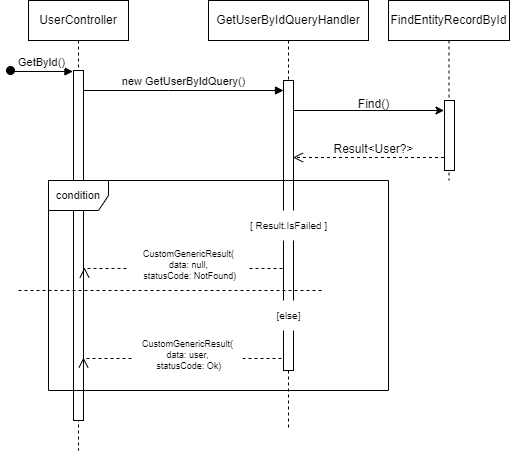
Before: Diagrams/sequenceDiagram_user_getById.png, a diagram exported from draw.io (MahdiChoobin-81/CleanArchitecture_ASP). Source tidied: cells renumbered, new cells last; positions are measured from the earlier drawing's top-left corner, leaving out a move shared by most shapes. Source of this version:
```xml
<mxGraphModel>
  <root>
    <mxCell id="0" />
    <mxCell id="1" parent="0" />
    <mxCell id="2" value="UserController" style="shape=umlLifeline;perimeter=lifelinePerimeter;whiteSpace=wrap;html=1;newEdgeStyle={&quot;edgeStyle&quot;:&quot;elbowEdgeStyle&quot;,&quot;elbow&quot;:&quot;vertical&quot;,&quot;curved&quot;:0,&quot;rounded&quot;:0};" parent="1" vertex="1">
      <mxGeometry x="18" width="100" height="450" as="geometry" />
    </mxCell>
    <mxCell id="3" value="GetById()" style="html=1;verticalAlign=bottom;startArrow=oval;endArrow=block;startSize=8;edgeStyle=elbowEdgeStyle;elbow=vertical;curved=0;rounded=0;entryX=-0.26;entryY=0.004;entryDx=0;entryDy=0;entryPerimeter=0;" parent="2" edge="1">
      <mxGeometry relative="1" as="geometry">
        <mxPoint x="-18" y="70" as="sourcePoint" />
        <mxPoint x="44.4" y="71.4" as="targetPoint" />
      </mxGeometry>
    </mxCell>
    <mxCell id="4" value="GetUserByIdQueryHandler" style="shape=umlLifeline;perimeter=lifelinePerimeter;whiteSpace=wrap;html=1;newEdgeStyle={&quot;edgeStyle&quot;:&quot;elbowEdgeStyle&quot;,&quot;elbow&quot;:&quot;vertical&quot;,&quot;curved&quot;:0,&quot;rounded&quot;:0};" parent="1" vertex="1">
      <mxGeometry x="198" width="160" height="430" as="geometry" />
    </mxCell>
    <mxCell id="5" style="html=1;points=[];perimeter=orthogonalPerimeter;outlineConnect=0;targetShapes=umlLifeline;portConstraint=eastwest;newEdgeStyle={&quot;edgeStyle&quot;:&quot;elbowEdgeStyle&quot;,&quot;elbow&quot;:&quot;vertical&quot;,&quot;curved&quot;:0,&quot;rounded&quot;:0};" parent="4" vertex="1">
      <mxGeometry x="75" y="80" width="10" height="290" as="geometry" />
    </mxCell>
    <mxCell id="6" value="new GetUserByIdQuery()" style="html=1;verticalAlign=bottom;endArrow=block;edgeStyle=elbowEdgeStyle;elbow=vertical;curved=0;rounded=0;" parent="1" edge="1" source="9" target="5">
      <mxGeometry relative="1" as="geometry">
        <Array as="points">
          <mxPoint x="158" y="90" />
        </Array>
      </mxGeometry>
    </mxCell>
    <mxCell id="7" value="FindEntityRecordById" style="shape=umlLifeline;perimeter=lifelinePerimeter;whiteSpace=wrap;html=1;newEdgeStyle={&quot;edgeStyle&quot;:&quot;elbowEdgeStyle&quot;,&quot;elbow&quot;:&quot;vertical&quot;,&quot;curved&quot;:0,&quot;rounded&quot;:0};" parent="1" vertex="1">
      <mxGeometry x="378" width="121" height="180" as="geometry" />
    </mxCell>
    <mxCell id="8" style="html=1;points=[];perimeter=orthogonalPerimeter;outlineConnect=0;targetShapes=umlLifeline;portConstraint=eastwest;newEdgeStyle={&quot;edgeStyle&quot;:&quot;elbowEdgeStyle&quot;,&quot;elbow&quot;:&quot;vertical&quot;,&quot;curved&quot;:0,&quot;rounded&quot;:0};" parent="7" vertex="1">
      <mxGeometry x="56" y="100" width="10" height="70" as="geometry" />
    </mxCell>
    <mxCell id="9" style="rounded=0;whiteSpace=wrap;html=1;" parent="1" vertex="1">
      <mxGeometry x="63" y="70" width="10" height="350" as="geometry" />
    </mxCell>
    <mxCell id="10" value="Result&amp;lt;User?&amp;gt;" style="text;html=1;strokeColor=none;fillColor=none;align=center;verticalAlign=middle;whiteSpace=wrap;rounded=0;" parent="1" vertex="1">
      <mxGeometry x="320.5" y="134" width="85" height="30" as="geometry" />
    </mxCell>
    <mxCell id="11" value="Find()" style="text;html=1;align=center;verticalAlign=middle;strokeColor=none;fillColor=none;" parent="1" vertex="1">
      <mxGeometry x="338" y="89" width="50" height="30" as="geometry" />
    </mxCell>
    <mxCell id="12" style="endArrow=classic;html=1;rounded=0;" parent="1" edge="1">
      <mxGeometry relative="1" as="geometry">
        <mxPoint x="282.5" y="110" as="sourcePoint" />
        <mxPoint x="433.5" y="110" as="targetPoint" />
      </mxGeometry>
    </mxCell>
    <mxCell id="13" style="html=1;verticalAlign=bottom;endArrow=open;dashed=1;endSize=8;edgeStyle=elbowEdgeStyle;elbow=vertical;curved=0;rounded=0;" parent="1" edge="1">
      <mxGeometry x="0.01" relative="1" as="geometry">
        <mxPoint x="433.5" y="157" as="sourcePoint" />
        <mxPoint x="282.5" y="157" as="targetPoint" />
      </mxGeometry>
    </mxCell>
    <mxCell id="14" style="html=1;verticalAlign=bottom;endArrow=block;edgeStyle=elbowEdgeStyle;elbow=vertical;curved=0;rounded=0;" parent="1" edge="1" target="9">
      <mxGeometry relative="1" as="geometry">
        <mxPoint x="73" y="90" as="sourcePoint" />
      </mxGeometry>
    </mxCell>
    <mxCell id="15" value="&lt;font style=&quot;font-size: 11px;&quot;&gt;condition&lt;/font&gt;" style="shape=umlFrame;whiteSpace=wrap;html=1;direction=east;" parent="1" vertex="1">
      <mxGeometry x="38" y="180" width="340" height="210" as="geometry" />
    </mxCell>
    <mxCell id="16" value="[ Result.IsFailed ]" style="text;html=1;align=center;verticalAlign=middle;strokeColor=none;fillColor=default;fontSize=10;" parent="1" vertex="1">
      <mxGeometry x="228" y="210" width="100" height="30" as="geometry" />
    </mxCell>
    <mxCell id="17" style="html=1;verticalAlign=bottom;endArrow=open;dashed=1;endSize=8;edgeStyle=elbowEdgeStyle;elbow=vertical;curved=0;rounded=0;entryX=1.143;entryY=0.533;entryDx=0;entryDy=0;entryPerimeter=0;" parent="1" edge="1">
      <mxGeometry x="0.01" relative="1" as="geometry">
        <mxPoint x="272" y="268" as="sourcePoint" />
        <mxPoint x="74" y="267" as="targetPoint" />
      </mxGeometry>
    </mxCell>
    <mxCell id="18" value="&lt;font style=&quot;font-size: 9px;&quot;&gt;CustomGenericResult(&lt;br style=&quot;font-size: 9px;&quot;&gt;data: null,&lt;br style=&quot;font-size: 9px;&quot;&gt;&amp;nbsp;statusCode: NotFound)&lt;/font&gt;" style="text;html=1;align=center;verticalAlign=middle;strokeColor=none;fillColor=default;fontSize=9;" parent="1" vertex="1">
      <mxGeometry x="118" y="240" width="120" height="50" as="geometry" />
    </mxCell>
    <mxCell id="19" style="endArrow=none;dashed=1;html=1;rounded=0;" parent="1" edge="1">
      <mxGeometry relative="1" as="geometry">
        <mxPoint x="8" y="290" as="sourcePoint" />
        <mxPoint x="311" y="290" as="targetPoint" />
      </mxGeometry>
    </mxCell>
    <mxCell id="20" value="[else]" style="text;html=1;align=center;verticalAlign=middle;strokeColor=none;fillColor=default;fontSize=10;imageWidth=24;arcSize=12;strokeOpacity=100;" parent="1" vertex="1">
      <mxGeometry x="253" y="300" width="50" height="30" as="geometry" />
    </mxCell>
    <mxCell id="21" style="html=1;verticalAlign=bottom;endArrow=open;dashed=1;endSize=8;edgeStyle=elbowEdgeStyle;elbow=vertical;curved=0;rounded=0;entryX=1.143;entryY=0.533;entryDx=0;entryDy=0;entryPerimeter=0;" parent="1" edge="1">
      <mxGeometry x="0.01" relative="1" as="geometry">
        <mxPoint x="271" y="358" as="sourcePoint" />
        <mxPoint x="73" y="357" as="targetPoint" />
      </mxGeometry>
    </mxCell>
    <mxCell id="22" value="&lt;font style=&quot;font-size: 9px;&quot;&gt;CustomGenericResult(&lt;br style=&quot;font-size: 9px;&quot;&gt;data: user,&lt;br style=&quot;font-size: 9px;&quot;&gt;&amp;nbsp;statusCode: Ok)&lt;/font&gt;" style="text;html=1;align=center;verticalAlign=middle;strokeColor=none;fillColor=default;fontSize=9;" parent="1" vertex="1">
      <mxGeometry x="122" y="330" width="110" height="50" as="geometry" />
    </mxCell>
  </root>
</mxGraphModel>
```
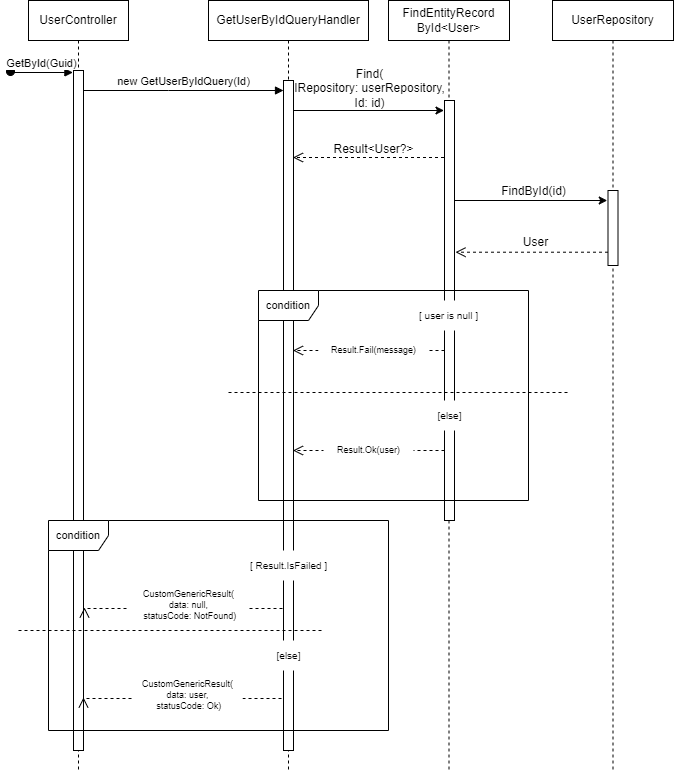
Later version of the same file.

The edit, as a diff of the source:
```diff
@@ -3,41 +3,41 @@
     <mxCell id="0" />
     <mxCell id="1" parent="0" />
     <mxCell id="2" value="UserController" style="shape=umlLifeline;perimeter=lifelinePerimeter;whiteSpace=wrap;html=1;newEdgeStyle={&quot;edgeStyle&quot;:&quot;elbowEdgeStyle&quot;,&quot;elbow&quot;:&quot;vertical&quot;,&quot;curved&quot;:0,&quot;rounded&quot;:0};" parent="1" vertex="1">
-      <mxGeometry x="18" width="100" height="450" as="geometry" />
+      <mxGeometry x="18" width="100" height="770" as="geometry" />
     </mxCell>
-    <mxCell id="3" value="GetById()" style="html=1;verticalAlign=bottom;startArrow=oval;endArrow=block;startSize=8;edgeStyle=elbowEdgeStyle;elbow=vertical;curved=0;rounded=0;entryX=-0.26;entryY=0.004;entryDx=0;entryDy=0;entryPerimeter=0;" parent="2" edge="1">
+    <mxCell id="3" value="GetById(Guid)" style="html=1;verticalAlign=bottom;startArrow=oval;endArrow=block;startSize=8;edgeStyle=elbowEdgeStyle;elbow=vertical;curved=0;rounded=0;entryX=-0.26;entryY=0.004;entryDx=0;entryDy=0;entryPerimeter=0;" parent="2" edge="1">
       <mxGeometry relative="1" as="geometry">
-        <mxPoint x="-18" y="70" as="sourcePoint" />
-        <mxPoint x="44.4" y="71.4" as="targetPoint" />
+        <mxPoint x="-18" y="71" as="sourcePoint" />
+        <mxPoint x="44.4" y="72.4" as="targetPoint" />
       </mxGeometry>
     </mxCell>
     <mxCell id="4" value="GetUserByIdQueryHandler" style="shape=umlLifeline;perimeter=lifelinePerimeter;whiteSpace=wrap;html=1;newEdgeStyle={&quot;edgeStyle&quot;:&quot;elbowEdgeStyle&quot;,&quot;elbow&quot;:&quot;vertical&quot;,&quot;curved&quot;:0,&quot;rounded&quot;:0};" parent="1" vertex="1">
-      <mxGeometry x="198" width="160" height="430" as="geometry" />
+      <mxGeometry x="198" width="160" height="770" as="geometry" />
     </mxCell>
     <mxCell id="5" style="html=1;points=[];perimeter=orthogonalPerimeter;outlineConnect=0;targetShapes=umlLifeline;portConstraint=eastwest;newEdgeStyle={&quot;edgeStyle&quot;:&quot;elbowEdgeStyle&quot;,&quot;elbow&quot;:&quot;vertical&quot;,&quot;curved&quot;:0,&quot;rounded&quot;:0};" parent="4" vertex="1">
-      <mxGeometry x="75" y="80" width="10" height="290" as="geometry" />
+      <mxGeometry x="75" y="80" width="10" height="670" as="geometry" />
     </mxCell>
-    <mxCell id="6" value="new GetUserByIdQuery()" style="html=1;verticalAlign=bottom;endArrow=block;edgeStyle=elbowEdgeStyle;elbow=vertical;curved=0;rounded=0;" parent="1" edge="1" source="9" target="5">
+    <mxCell id="6" value="new GetUserByIdQuery(Id)" style="html=1;verticalAlign=bottom;endArrow=block;edgeStyle=elbowEdgeStyle;elbow=vertical;curved=0;rounded=0;" parent="1" edge="1" source="9" target="5">
       <mxGeometry relative="1" as="geometry">
         <Array as="points">
           <mxPoint x="158" y="90" />
         </Array>
       </mxGeometry>
     </mxCell>
-    <mxCell id="7" value="FindEntityRecordById" style="shape=umlLifeline;perimeter=lifelinePerimeter;whiteSpace=wrap;html=1;newEdgeStyle={&quot;edgeStyle&quot;:&quot;elbowEdgeStyle&quot;,&quot;elbow&quot;:&quot;vertical&quot;,&quot;curved&quot;:0,&quot;rounded&quot;:0};" parent="1" vertex="1">
-      <mxGeometry x="378" width="121" height="180" as="geometry" />
+    <mxCell id="7" value="FindEntityRecord&lt;br style=&quot;border-color: var(--border-color);&quot;&gt;ById&amp;lt;User&amp;gt;" style="shape=umlLifeline;perimeter=lifelinePerimeter;whiteSpace=wrap;html=1;newEdgeStyle={&quot;edgeStyle&quot;:&quot;elbowEdgeStyle&quot;,&quot;elbow&quot;:&quot;vertical&quot;,&quot;curved&quot;:0,&quot;rounded&quot;:0};" parent="1" vertex="1">
+      <mxGeometry x="378" width="121" height="770" as="geometry" />
     </mxCell>
     <mxCell id="8" style="html=1;points=[];perimeter=orthogonalPerimeter;outlineConnect=0;targetShapes=umlLifeline;portConstraint=eastwest;newEdgeStyle={&quot;edgeStyle&quot;:&quot;elbowEdgeStyle&quot;,&quot;elbow&quot;:&quot;vertical&quot;,&quot;curved&quot;:0,&quot;rounded&quot;:0};" parent="7" vertex="1">
-      <mxGeometry x="56" y="100" width="10" height="70" as="geometry" />
+      <mxGeometry x="56" y="100" width="10" height="420" as="geometry" />
     </mxCell>
     <mxCell id="9" style="rounded=0;whiteSpace=wrap;html=1;" parent="1" vertex="1">
-      <mxGeometry x="63" y="70" width="10" height="350" as="geometry" />
+      <mxGeometry x="63" y="70" width="10" height="680" as="geometry" />
     </mxCell>
     <mxCell id="10" value="Result&amp;lt;User?&amp;gt;" style="text;html=1;strokeColor=none;fillColor=none;align=center;verticalAlign=middle;whiteSpace=wrap;rounded=0;" parent="1" vertex="1">
       <mxGeometry x="320.5" y="134" width="85" height="30" as="geometry" />
     </mxCell>
-    <mxCell id="11" value="Find()" style="text;html=1;align=center;verticalAlign=middle;strokeColor=none;fillColor=none;" parent="1" vertex="1">
-      <mxGeometry x="338" y="89" width="50" height="30" as="geometry" />
+    <mxCell id="11" value="Find(&lt;br style=&quot;border-color: var(--border-color);&quot;&gt;IRepository: userRepository,&lt;br style=&quot;border-color: var(--border-color);&quot;&gt;Id: id)" style="text;html=1;align=center;verticalAlign=middle;strokeColor=none;fillColor=none;" parent="1" vertex="1">
+      <mxGeometry x="274" y="58" width="170" height="60" as="geometry" />
     </mxCell>
     <mxCell id="12" style="endArrow=classic;html=1;rounded=0;" parent="1" edge="1">
       <mxGeometry relative="1" as="geometry">
@@ -57,37 +57,94 @@
       </mxGeometry>
     </mxCell>
     <mxCell id="15" value="&lt;font style=&quot;font-size: 11px;&quot;&gt;condition&lt;/font&gt;" style="shape=umlFrame;whiteSpace=wrap;html=1;direction=east;" parent="1" vertex="1">
-      <mxGeometry x="38" y="180" width="340" height="210" as="geometry" />
+      <mxGeometry x="38" y="520" width="340" height="210" as="geometry" />
     </mxCell>
     <mxCell id="16" value="[ Result.IsFailed ]" style="text;html=1;align=center;verticalAlign=middle;strokeColor=none;fillColor=default;fontSize=10;" parent="1" vertex="1">
-      <mxGeometry x="228" y="210" width="100" height="30" as="geometry" />
+      <mxGeometry x="228" y="550" width="100" height="30" as="geometry" />
     </mxCell>
-    <mxCell id="17" style="html=1;verticalAlign=bottom;endArrow=open;dashed=1;endSize=8;edgeStyle=elbowEdgeStyle;elbow=vertical;curved=0;rounded=0;entryX=1.143;entryY=0.533;entryDx=0;entryDy=0;entryPerimeter=0;" parent="1" edge="1">
+    <mxCell id="17" style="html=1;verticalAlign=bottom;endArrow=open;dashed=1;endSize=8;edgeStyle=elbowEdgeStyle;elbow=vertical;curved=0;rounded=0;strokeColor=default;" parent="1" edge="1">
       <mxGeometry x="0.01" relative="1" as="geometry">
-        <mxPoint x="272" y="268" as="sourcePoint" />
-        <mxPoint x="74" y="267" as="targetPoint" />
+        <mxPoint x="272" y="608" as="sourcePoint" />
+        <mxPoint x="74" y="607" as="targetPoint" />
       </mxGeometry>
     </mxCell>
     <mxCell id="18" value="&lt;font style=&quot;font-size: 9px;&quot;&gt;CustomGenericResult(&lt;br style=&quot;font-size: 9px;&quot;&gt;data: null,&lt;br style=&quot;font-size: 9px;&quot;&gt;&amp;nbsp;statusCode: NotFound)&lt;/font&gt;" style="text;html=1;align=center;verticalAlign=middle;strokeColor=none;fillColor=default;fontSize=9;" parent="1" vertex="1">
-      <mxGeometry x="118" y="240" width="120" height="50" as="geometry" />
+      <mxGeometry x="118" y="580" width="120" height="50" as="geometry" />
     </mxCell>
     <mxCell id="19" style="endArrow=none;dashed=1;html=1;rounded=0;" parent="1" edge="1">
       <mxGeometry relative="1" as="geometry">
-        <mxPoint x="8" y="290" as="sourcePoint" />
-        <mxPoint x="311" y="290" as="targetPoint" />
+        <mxPoint x="8" y="630" as="sourcePoint" />
+        <mxPoint x="311" y="630" as="targetPoint" />
       </mxGeometry>
     </mxCell>
     <mxCell id="20" value="[else]" style="text;html=1;align=center;verticalAlign=middle;strokeColor=none;fillColor=default;fontSize=10;imageWidth=24;arcSize=12;strokeOpacity=100;" parent="1" vertex="1">
-      <mxGeometry x="253" y="300" width="50" height="30" as="geometry" />
+      <mxGeometry x="253" y="640" width="50" height="30" as="geometry" />
     </mxCell>
     <mxCell id="21" style="html=1;verticalAlign=bottom;endArrow=open;dashed=1;endSize=8;edgeStyle=elbowEdgeStyle;elbow=vertical;curved=0;rounded=0;entryX=1.143;entryY=0.533;entryDx=0;entryDy=0;entryPerimeter=0;" parent="1" edge="1">
       <mxGeometry x="0.01" relative="1" as="geometry">
-        <mxPoint x="271" y="358" as="sourcePoint" />
-        <mxPoint x="73" y="357" as="targetPoint" />
+        <mxPoint x="271" y="698" as="sourcePoint" />
+        <mxPoint x="73" y="697" as="targetPoint" />
       </mxGeometry>
     </mxCell>
     <mxCell id="22" value="&lt;font style=&quot;font-size: 9px;&quot;&gt;CustomGenericResult(&lt;br style=&quot;font-size: 9px;&quot;&gt;data: user,&lt;br style=&quot;font-size: 9px;&quot;&gt;&amp;nbsp;statusCode: Ok)&lt;/font&gt;" style="text;html=1;align=center;verticalAlign=middle;strokeColor=none;fillColor=default;fontSize=9;" parent="1" vertex="1">
-      <mxGeometry x="122" y="330" width="110" height="50" as="geometry" />
+      <mxGeometry x="122" y="670" width="110" height="50" as="geometry" />
     </mxCell>
+    <mxCell id="23" value="UserRepository" style="shape=umlLifeline;perimeter=lifelinePerimeter;whiteSpace=wrap;html=1;newEdgeStyle={&quot;edgeStyle&quot;:&quot;elbowEdgeStyle&quot;,&quot;elbow&quot;:&quot;vertical&quot;,&quot;curved&quot;:0,&quot;rounded&quot;:0};" parent="1" vertex="1">
+      <mxGeometry x="542" width="121" height="770" as="geometry" />
+    </mxCell>
+    <mxCell id="24" style="html=1;perimeter=orthogonalPerimeter;targetShapes=umlLifeline;newEdgeStyle={&quot;edgeStyle&quot;:&quot;elbowEdgeStyle&quot;,&quot;elbow&quot;:&quot;vertical&quot;,&quot;curved&quot;:0,&quot;rounded&quot;:0};" parent="23" vertex="1">
+      <mxGeometry x="55.5" y="190" width="10" height="75" as="geometry" />
+    </mxCell>
+    <mxCell id="25" style="endArrow=classic;html=1;rounded=0;" parent="1" edge="1" source="8">
+      <mxGeometry relative="1" as="geometry">
+        <mxPoint x="596.8" y="200" as="targetPoint" />
+      </mxGeometry>
+    </mxCell>
+    <mxCell id="26" value="User" style="text;html=1;strokeColor=none;fillColor=none;align=center;verticalAlign=middle;whiteSpace=wrap;rounded=0;" parent="1" vertex="1">
+      <mxGeometry x="483" y="227" width="85" height="30" as="geometry" />
+    </mxCell>
+    <mxCell id="27" value="FindById(id)" style="text;html=1;align=center;verticalAlign=middle;strokeColor=none;fillColor=none;" parent="1" vertex="1">
+      <mxGeometry x="478" y="176" width="90" height="30" as="geometry" />
+    </mxCell>
+    <mxCell id="28" style="html=1;verticalAlign=bottom;endArrow=open;dashed=1;endSize=8;edgeStyle=elbowEdgeStyle;elbow=vertical;curved=0;rounded=0;" parent="1" edge="1">
+      <mxGeometry x="0.01" relative="1" as="geometry">
+        <mxPoint x="597.5" y="251.7" as="sourcePoint" />
+        <mxPoint x="445" y="252" as="targetPoint" />
+        <Array as="points">
+          <mxPoint x="418" y="251.7" />
+        </Array>
+      </mxGeometry>
+    </mxCell>
+    <mxCell id="29" value="&lt;font style=&quot;font-size: 11px;&quot;&gt;condition&lt;/font&gt;" style="shape=umlFrame;whiteSpace=wrap;html=1;direction=east;" parent="1" vertex="1">
+      <mxGeometry x="248" y="290" width="270" height="210" as="geometry" />
+    </mxCell>
+    <mxCell id="30" value="[ user is null ]" style="text;html=1;align=center;verticalAlign=middle;strokeColor=none;fillColor=default;fontSize=10;" parent="1" vertex="1">
+      <mxGeometry x="398" y="300" width="80" height="30" as="geometry" />
+    </mxCell>
+    <mxCell id="31" style="html=1;verticalAlign=bottom;endArrow=open;dashed=1;endSize=8;edgeStyle=elbowEdgeStyle;elbow=vertical;curved=0;rounded=0;strokeColor=default;" parent="1" edge="1" source="8">
+      <mxGeometry x="0.01" relative="1" as="geometry">
+        <mxPoint x="282.5" y="350" as="targetPoint" />
+      </mxGeometry>
+    </mxCell>
+    <mxCell id="32" value="[else]" style="text;html=1;align=center;verticalAlign=middle;strokeColor=none;fillColor=default;fontSize=10;imageWidth=24;arcSize=12;strokeOpacity=100;" parent="1" vertex="1">
+      <mxGeometry x="413.5" y="400" width="50" height="30" as="geometry" />
+    </mxCell>
+    <mxCell id="33" style="endArrow=none;dashed=1;html=1;rounded=0;" parent="1" edge="1">
+      <mxGeometry relative="1" as="geometry">
+        <mxPoint x="218" y="392" as="sourcePoint" />
+        <mxPoint x="558" y="392" as="targetPoint" />
+      </mxGeometry>
+    </mxCell>
+    <mxCell id="34" style="html=1;verticalAlign=bottom;endArrow=open;dashed=1;endSize=8;edgeStyle=elbowEdgeStyle;elbow=vertical;curved=0;rounded=0;strokeColor=default;" parent="1" edge="1" source="8">
+      <mxGeometry x="0.01" relative="1" as="geometry">
+        <mxPoint x="282.5" y="450" as="targetPoint" />
+      </mxGeometry>
+    </mxCell>
+    <mxCell id="35" value="Result.Fail(message)" style="text;html=1;align=center;verticalAlign=middle;strokeColor=none;fillColor=default;fontSize=9;" parent="1" vertex="1">
+      <mxGeometry x="308" y="340" width="110" height="20" as="geometry" />
+    </mxCell>
+    <mxCell id="36" value="Result.Ok(user)" style="text;html=1;align=center;verticalAlign=middle;strokeColor=none;fillColor=default;fontSize=9;" parent="1" vertex="1">
+      <mxGeometry x="313" y="440" width="90" height="20" as="geometry" />
+    </mxCell>
   </root>
 </mxGraphModel>
```
